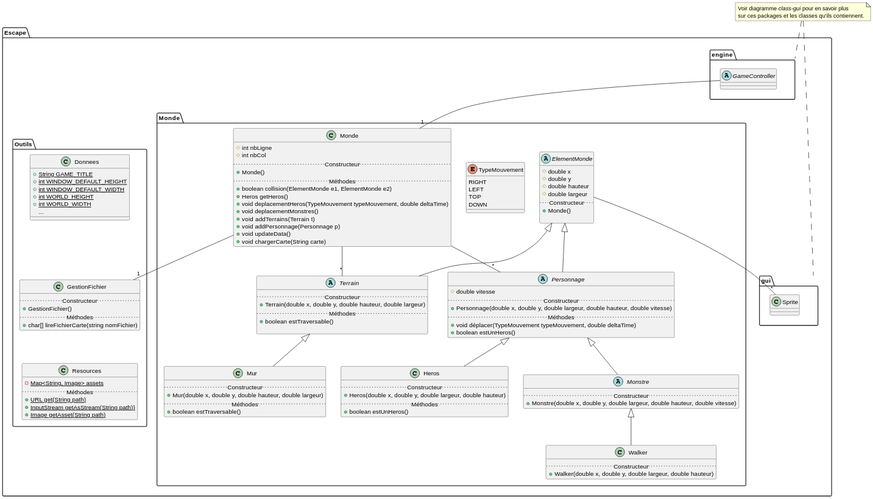
Above: docs/uml/class-diagram.svg in victord54/escape (PlantUML), before the change.
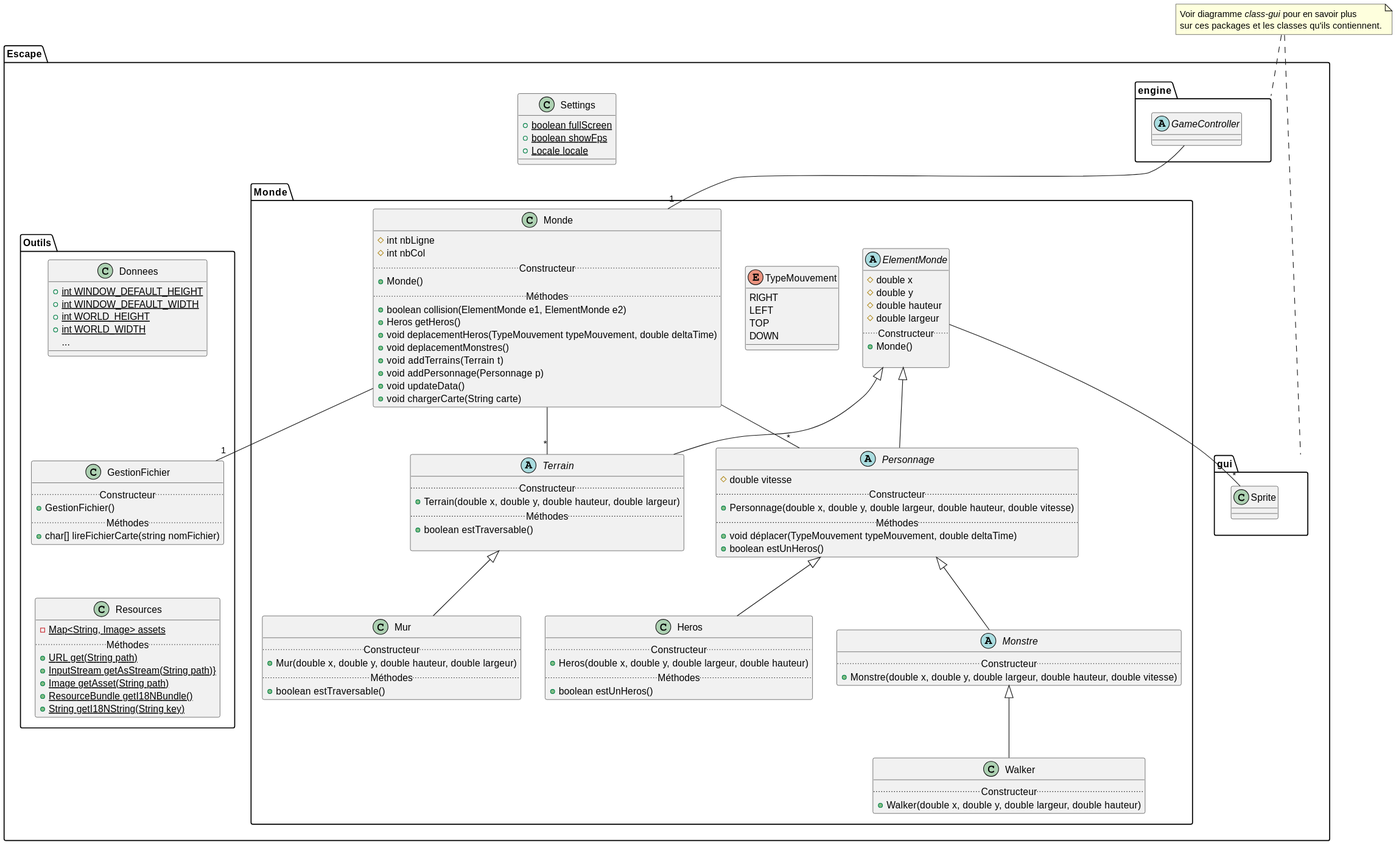
The same diagram one commit later.

What changed in the source:
```diff
@@ -79,7 +79,6 @@
 
   package Outils {
     class Donnees {
-      + {static} String GAME_TITLE
       + {static} int WINDOW_DEFAULT_HEIGHT
       + {static} int WINDOW_DEFAULT_WIDTH
       + {static} int WORLD_HEIGHT
@@ -100,6 +99,8 @@
       + {static} URL get(String path)
       + {static} InputStream getAsStream(String path)}
       + {static} Image getAsset(String path)
+      + {static} ResourceBundle getI18NBundle()
+      + {static} String getI18NString(String key)
     }
   }
 
@@ -110,6 +111,12 @@
   package engine {
     abstract class GameController {
     }
+  }
+
+  class Settings {
+    + {static} boolean fullScreen
+    + {static} boolean showFps
+    + {static} Locale locale
   }
 }
 
```
